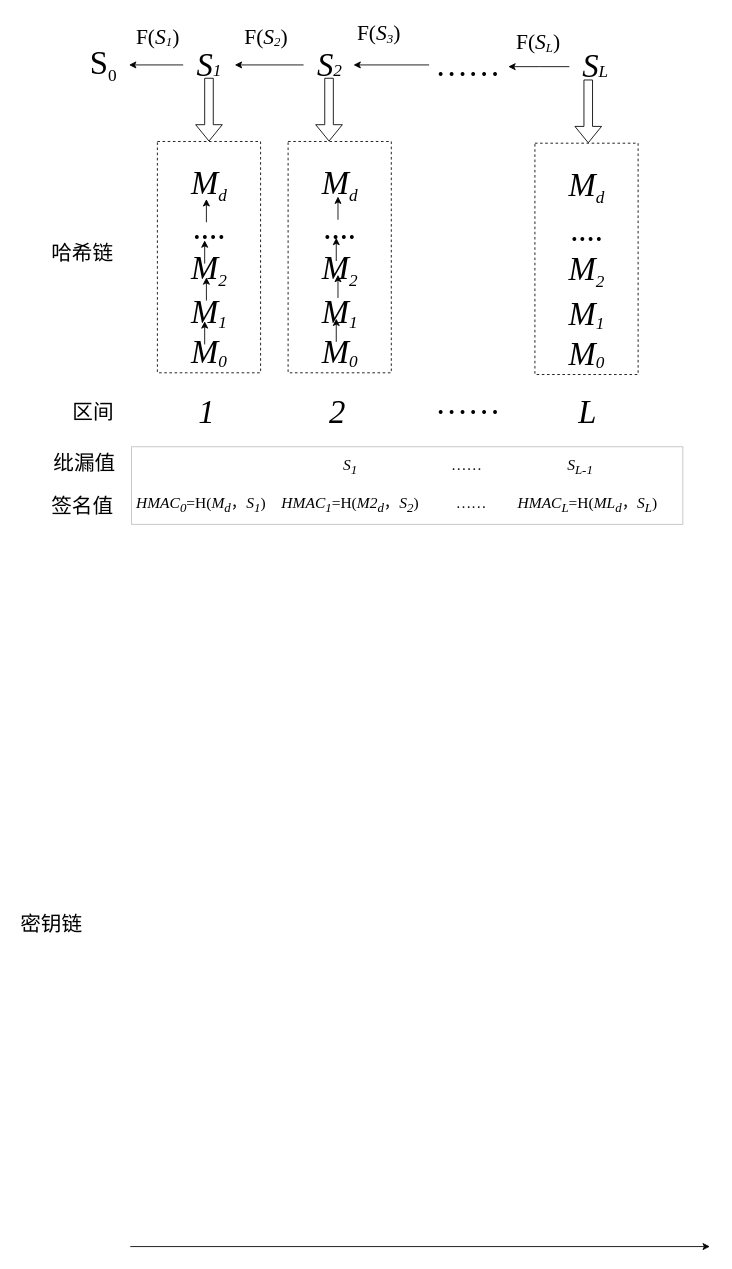
The draw.io diagram page "第 9 页" (9 of 10) of jieshou.drawio in asdlijinquan/-, before the edit. Source tidied: cells renumbered, new cells numbered last; positions are measured from the earlier drawing's top-left corner, leaving out a move shared by most shapes. Both pictures are drawn from the tidied source at 86%, with x=0, y=0 at pixel (15, 15).
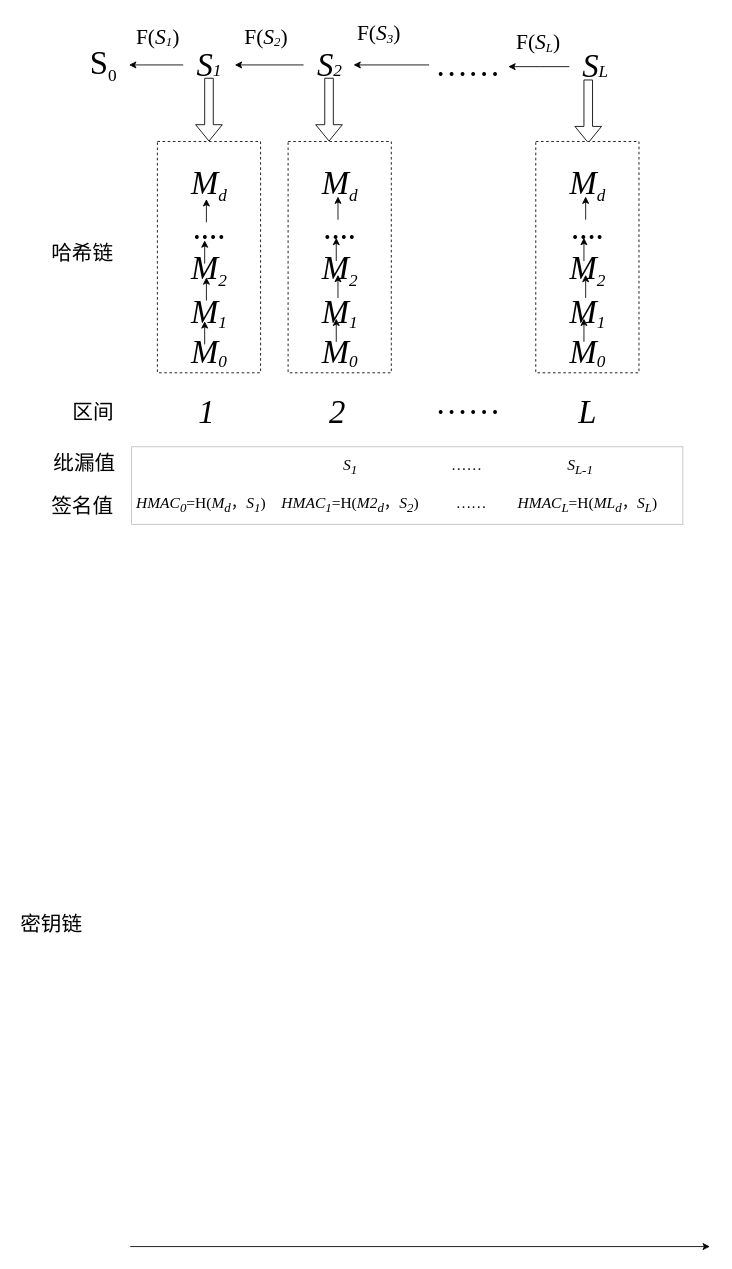
Above is the later version.

Diff of the diagram source:
```diff
@@
+    <mxCell id="47" style="shape=flexArrow;endArrow=classic;html=1;rounded=0;hachureGap=4;fontFamily=Times New Roman;fontSize=20;fontColor=#000000;exitX=0.5;exitY=1;exitDx=0;exitDy=0;" parent="1" edge="1">
+      <mxGeometry relative="1" as="geometry">
+        <mxPoint x="666.5" y="75" as="sourcePoint" />
+        <mxPoint x="666.5" y="149" as="targetPoint" />
+      </mxGeometry>
+    </mxCell>
     <mxCell id="46" value="&lt;br&gt;&lt;span style=&quot;font-size: 38px; font-variant-ligatures: normal; font-variant-caps: normal; font-weight: 400; letter-spacing: normal; orphans: 2; text-align: center; text-indent: 0px; text-transform: none; widows: 2; word-spacing: 0px; -webkit-text-stroke-width: 0px; background-color: rgb(255, 255, 255); text-decoration-thickness: initial; text-decoration-style: initial; text-decoration-color: initial; float: none; display: inline !important;&quot;&gt;&lt;i&gt;M&lt;sub style=&quot;border-color: var(--border-color);&quot;&gt;&lt;span style=&quot;border-color: var(--border-color); font-size: 20px;&quot;&gt;d&lt;/span&gt;&lt;/sub&gt;&lt;/i&gt;&lt;br&gt;....&lt;br&gt;&lt;i&gt;M&lt;sub style=&quot;border-color: var(--border-color);&quot;&gt;&lt;span style=&quot;border-color: var(--border-color); font-size: 20px;&quot;&gt;2&lt;/span&gt;&lt;/sub&gt;&lt;/i&gt;&lt;br&gt;&lt;i&gt;M&lt;/i&gt;&lt;/span&gt;&lt;sub style=&quot;border-color: var(--border-color); font-variant-ligatures: normal; font-variant-caps: normal; font-weight: 400; letter-spacing: normal; orphans: 2; text-align: center; text-indent: 0px; text-transform: none; widows: 2; word-spacing: 0px; -webkit-text-stroke-width: 0px; background-color: rgb(255, 255, 255); text-decoration-thickness: initial; text-decoration-style: initial; text-decoration-color: initial;&quot;&gt;&lt;span style=&quot;font-size: 20px;&quot;&gt;&lt;i&gt;1&lt;/i&gt;&lt;/span&gt;&lt;br&gt;&lt;i&gt;&lt;font style=&quot;font-size: 38px;&quot;&gt;M&lt;/font&gt;&lt;sub style=&quot;font-size: 20px; border-color: var(--border-color);&quot;&gt;0&lt;/sub&gt;&lt;/i&gt;&lt;br&gt;&lt;/sub&gt;" style="whiteSpace=wrap;html=1;rounded=0;hachureGap=4;strokeColor=default;fontFamily=Times New Roman;fontSize=20;fontColor=#000000;fillColor=default;dashed=1;" parent="1" vertex="1">
-      <mxGeometry x="604.5" y="149" width="120" height="269" as="geometry" />
+      <mxGeometry x="605.5" y="147" width="120" height="269" as="geometry" />
     </mxCell>
-    <mxCell id="47" style="shape=flexArrow;endArrow=classic;html=1;rounded=0;hachureGap=4;fontFamily=Times New Roman;fontSize=20;fontColor=#000000;exitX=0.5;exitY=1;exitDx=0;exitDy=0;" parent="1" edge="1">
-      <mxGeometry relative="1" as="geometry">
-        <mxPoint x="666.5" y="75" as="sourcePoint" />
-        <mxPoint x="666.5" y="149" as="targetPoint" />
-      </mxGeometry>
-    </mxCell>
+    <mxCell id="48" style="endArrow=classic;html=1;rounded=0;hachureGap=4;fontFamily=Times New Roman;fontSize=20;fontColor=#000000;" parent="1" edge="1">
+      <mxGeometry relative="1" as="geometry">
+        <mxPoint x="663.5" y="238" as="sourcePoint" />
+        <mxPoint x="663.5" y="211" as="targetPoint" />
+      </mxGeometry>
+    </mxCell>
+    <mxCell id="49" style="endArrow=classic;html=1;rounded=0;hachureGap=4;fontFamily=Times New Roman;fontSize=20;fontColor=#000000;" parent="1" edge="1">
+      <mxGeometry relative="1" as="geometry">
+        <mxPoint x="661.5" y="286" as="sourcePoint" />
+        <mxPoint x="661.5" y="259" as="targetPoint" />
+      </mxGeometry>
+    </mxCell>
+    <mxCell id="50" style="endArrow=classic;html=1;rounded=0;hachureGap=4;fontFamily=Times New Roman;fontSize=20;fontColor=#000000;" parent="1" edge="1">
+      <mxGeometry relative="1" as="geometry">
+        <mxPoint x="663.5" y="329" as="sourcePoint" />
+        <mxPoint x="663.5" y="302" as="targetPoint" />
+      </mxGeometry>
+    </mxCell>
+    <mxCell id="51" style="endArrow=classic;html=1;rounded=0;hachureGap=4;fontFamily=Times New Roman;fontSize=20;fontColor=#000000;" parent="1" edge="1">
+      <mxGeometry relative="1" as="geometry">
+        <mxPoint x="661.5" y="380" as="sourcePoint" />
+        <mxPoint x="661.5" y="353" as="targetPoint" />
+      </mxGeometry>
+    </mxCell>
```
